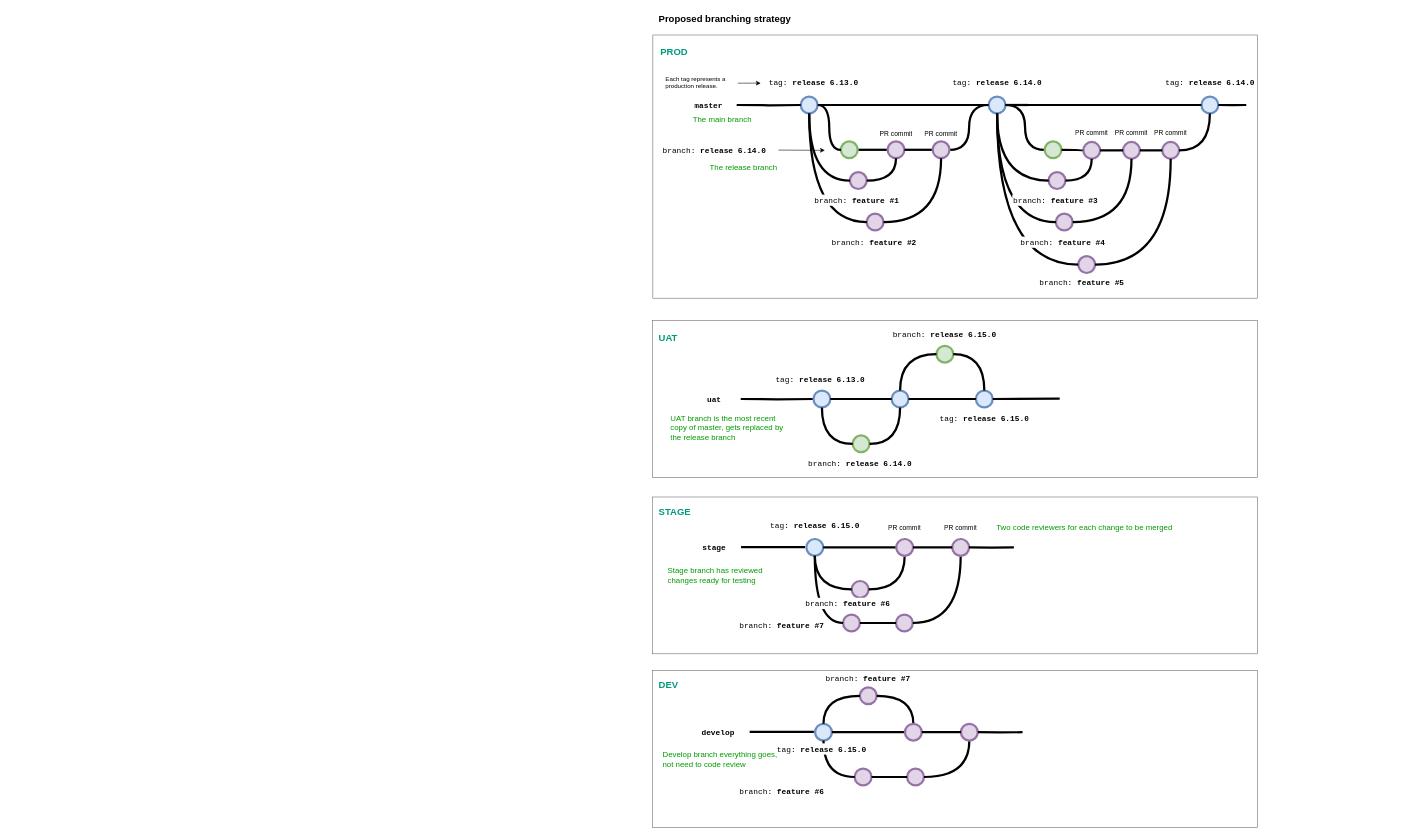
This is Branching Strategy.drawio from nashokin/Branching, a draw.io file, before an edit. Source tidied: cells renumbered, new cells numbered last; positions are measured from the earlier drawing's top-left corner, leaving out a move shared by most shapes. Both pictures are drawn from the tidied source at 56%, with x=0, y=0 at pixel (652, 10).
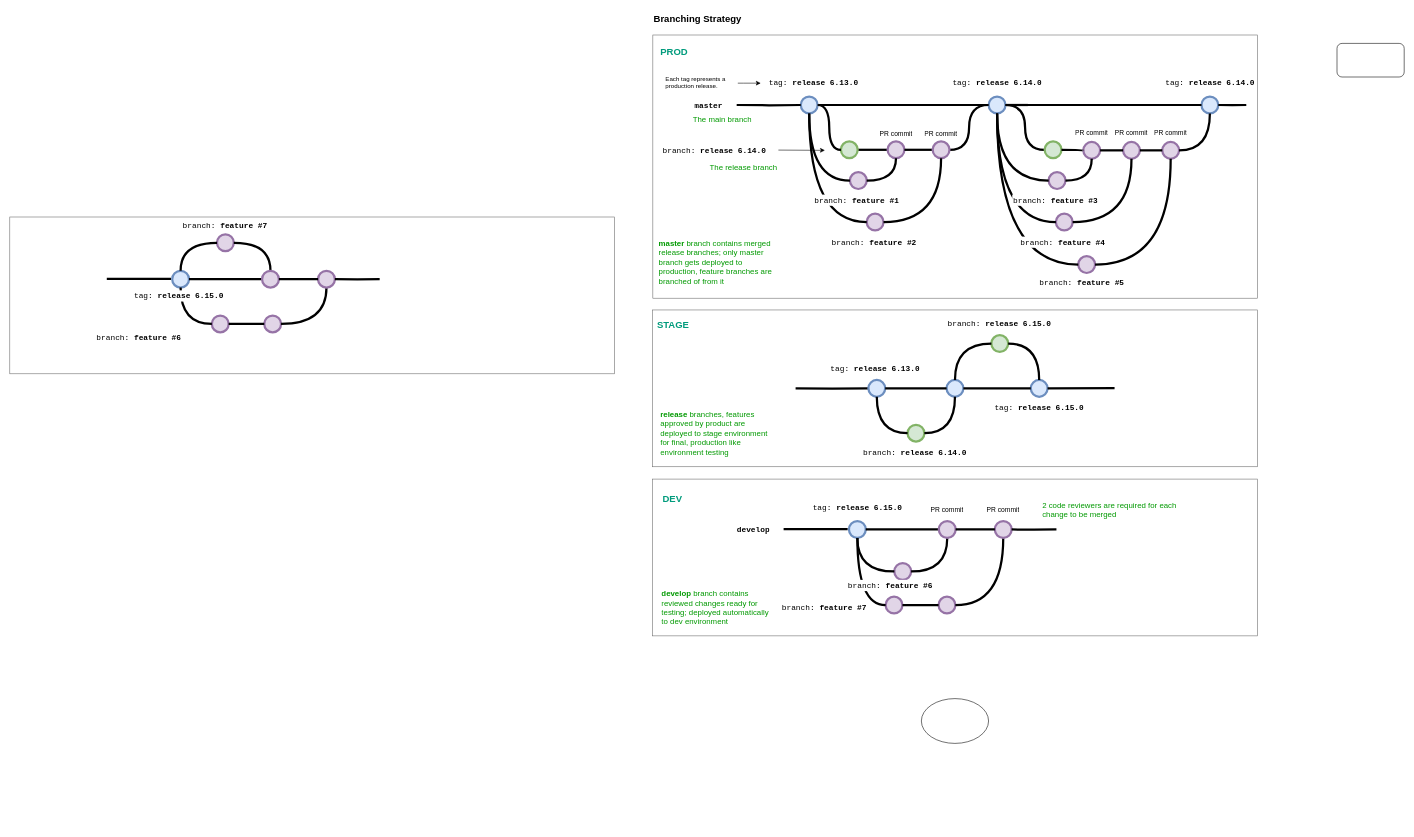
The same page after the edit.

Diff of the diagram source:
```diff
@@
-    <mxCell id="2" style="whiteSpace=wrap;html=1;fillColor=none;strokeColor=#666666;fontColor=#333333;" parent="1" vertex="1">
-      <mxGeometry y="870" width="1080" height="280" as="geometry" />
-    </mxCell>
-    <mxCell id="3" style="whiteSpace=wrap;html=1;fillColor=none;strokeColor=#666666;fontColor=#333333;" parent="1" vertex="1">
-      <mxGeometry y="555" width="1080" height="280" as="geometry" />
-    </mxCell>
+    <mxCell id="132" style="whiteSpace=wrap;html=1;fillColor=none;strokeColor=#666666;fontColor=#333333;" parent="1" vertex="1">
+      <mxGeometry y="536" width="1080" height="280" as="geometry" />
+    </mxCell>
+    <mxCell id="133" style="whiteSpace=wrap;html=1;fillColor=none;strokeColor=#666666;fontColor=#333333;" parent="1" vertex="1">
+      <mxGeometry y="838" width="1080" height="280" as="geometry" />
+    </mxCell>
@@
-    <mxCell id="5" value="Proposed branching strategy" style="text;whiteSpace=wrap;html=1;fontStyle=1;fontSize=17;" parent="1" vertex="1">
-      <mxGeometry x="8.7" width="250" height="30" as="geometry" />
+    <mxCell id="5" value="Branching Strategy" style="text;whiteSpace=wrap;html=1;fontStyle=1;fontSize=17;" parent="1" vertex="1">
+      <mxGeometry width="250" height="30" as="geometry" />
     </mxCell>
@@
     <mxCell id="20" value="tag: &lt;b&gt;release 6.13.0&lt;/b&gt;" style="text;html=1;strokeColor=none;fillColor=none;align=center;verticalAlign=middle;whiteSpace=wrap;overflow=hidden;fontSize=14;fontFamily=Courier New;" parent="1" vertex="1">
-      <mxGeometry x="215.6" y="650" width="166.6" height="20" as="geometry" />
+      <mxGeometry x="313.6" y="631" width="166.6" height="20" as="geometry" />
     </mxCell>
@@
     <mxCell id="24" style="verticalLabelPosition=bottom;verticalAlign=top;html=1;strokeWidth=4;shape=mxgraph.flowchart.on-page_reference;strokeColor=#9673a6;fillColor=#e1d5e7;" parent="1" vertex="1">
-      <mxGeometry x="355.5" y="1020" width="30" height="30" as="geometry" />
+      <mxGeometry x="431.5" y="988" width="30" height="30" as="geometry" />
     </mxCell>
@@
-    <mxCell id="28" value="stage" style="text;html=1;strokeColor=none;fillColor=none;align=center;verticalAlign=middle;whiteSpace=wrap;overflow=hidden;fontSize=14;fontStyle=1;fontFamily=Courier New;" parent="1" vertex="1">
-      <mxGeometry x="80" y="950" width="60" height="20" as="geometry" />
-    </mxCell>
@@
     <mxCell id="31" style="edgeStyle=orthogonalEdgeStyle;rounded=0;html=1;jettySize=auto;orthogonalLoop=1;strokeWidth=4;endArrow=none;endFill=0;" parent="1" edge="1">
-      <mxGeometry x="220.2" y="989.5" as="geometry">
-        <mxPoint x="157.8" y="959.5" as="sourcePoint" />
-        <mxPoint x="272.2" y="959.5" as="targetPoint" />
+      <mxGeometry x="296.2" y="957.5" as="geometry">
+        <mxPoint x="233.8" y="927.5" as="sourcePoint" />
+        <mxPoint x="348.2" y="927.5" as="targetPoint" />
       </mxGeometry>
     </mxCell>
     <mxCell id="32" style="verticalLabelPosition=bottom;verticalAlign=top;html=1;strokeWidth=4;shape=mxgraph.flowchart.on-page_reference;fillColor=#dae8fc;strokeColor=#6c8ebf;" parent="1" vertex="1">
-      <mxGeometry x="274.5" y="945" width="30" height="30" as="geometry" />
+      <mxGeometry x="350.5" y="913" width="30" height="30" as="geometry" />
     </mxCell>
     <mxCell id="33" value="tag: &lt;b&gt;release 6.15.0&lt;/b&gt;" style="text;html=1;strokeColor=none;fillColor=none;align=center;verticalAlign=middle;whiteSpace=wrap;overflow=hidden;fontSize=14;fontFamily=Courier New;" parent="1" vertex="1">
-      <mxGeometry x="203.7" y="910" width="171.6" height="20" as="geometry" />
+      <mxGeometry x="279.7" y="878" width="171.6" height="20" as="geometry" />
     </mxCell>
@@
     <mxCell id="64" style="verticalLabelPosition=bottom;verticalAlign=top;html=1;strokeWidth=4;shape=mxgraph.flowchart.on-page_reference;strokeColor=#9673a6;fillColor=#e1d5e7;" parent="1" vertex="1">
-      <mxGeometry x="434.5" y="1080" width="30" height="30" as="geometry" />
+      <mxGeometry x="510.5" y="1048" width="30" height="30" as="geometry" />
     </mxCell>
     <mxCell id="65" style="verticalLabelPosition=bottom;verticalAlign=top;html=1;strokeWidth=4;shape=mxgraph.flowchart.on-page_reference;strokeColor=#9673a6;fillColor=#e1d5e7;" parent="1" vertex="1">
-      <mxGeometry x="340" y="1080" width="30" height="30" as="geometry" />
+      <mxGeometry x="416" y="1048" width="30" height="30" as="geometry" />
     </mxCell>
     <mxCell id="66" value="&lt;span style=&quot;font-weight: normal;&quot;&gt;branch:&amp;nbsp;&lt;/span&gt;feature #7" style="text;html=1;strokeColor=none;fillColor=none;align=left;verticalAlign=middle;whiteSpace=wrap;overflow=hidden;fontSize=14;fontStyle=1;fontFamily=Courier New;" parent="1" vertex="1">
-      <mxGeometry x="152.6" y="1090" width="161.6" height="20" as="geometry" />
+      <mxGeometry x="228.6" y="1058" width="161.6" height="20" as="geometry" />
     </mxCell>
@@
     <mxCell id="73" style="verticalLabelPosition=bottom;verticalAlign=top;html=1;strokeWidth=4;shape=mxgraph.flowchart.on-page_reference;strokeColor=#9673a6;fillColor=#e1d5e7;" parent="1" vertex="1">
-      <mxGeometry x="535" y="945" width="30" height="30" as="geometry" />
+      <mxGeometry x="611" y="913" width="30" height="30" as="geometry" />
     </mxCell>
     <mxCell id="74" style="verticalLabelPosition=bottom;verticalAlign=top;html=1;strokeWidth=4;shape=mxgraph.flowchart.on-page_reference;strokeColor=#9673a6;fillColor=#e1d5e7;" parent="1" vertex="1">
-      <mxGeometry x="435" y="945" width="30" height="30" as="geometry" />
+      <mxGeometry x="511" y="913" width="30" height="30" as="geometry" />
     </mxCell>
@@
     <mxCell id="76" style="edgeStyle=orthogonalEdgeStyle;curved=1;rounded=0;html=1;endArrow=none;endFill=0;jettySize=auto;strokeWidth=4;fontSize=15;entryX=1;entryY=0.5;entryDx=0;entryDy=0;entryPerimeter=0;" parent="1" edge="1" target="73">
       <mxGeometry relative="1" as="geometry">
-        <mxPoint x="645" y="960" as="sourcePoint" />
+        <mxPoint x="721" y="928" as="sourcePoint" />
       </mxGeometry>
     </mxCell>
     <mxCell id="77" value="PR commit" style="text;html=1;strokeColor=none;fillColor=none;align=center;verticalAlign=middle;whiteSpace=wrap;overflow=hidden;" parent="1" vertex="1">
-      <mxGeometry x="510" y="910" width="80" height="30" as="geometry" />
+      <mxGeometry x="586" y="878" width="80" height="30" as="geometry" />
     </mxCell>
     <mxCell id="78" value="PR commit" style="text;html=1;strokeColor=none;fillColor=none;align=center;verticalAlign=middle;whiteSpace=wrap;overflow=hidden;" parent="1" vertex="1">
-      <mxGeometry x="409.5" y="910" width="80" height="30" as="geometry" />
+      <mxGeometry x="485.5" y="878" width="80" height="30" as="geometry" />
     </mxCell>
@@
-    <mxCell id="80" value="UAT branch is the most recent copy of master, gets replaced by the release branch" style="text;html=1;strokeColor=none;fillColor=none;align=left;verticalAlign=middle;whiteSpace=wrap;overflow=hidden;fontSize=14;fontStyle=0;fontColor=#009900;" parent="1" vertex="1">
-      <mxGeometry x="29.6" y="711" width="222.4" height="69" as="geometry" />
-    </mxCell>
     <mxCell id="81" style="edgeStyle=orthogonalEdgeStyle;rounded=0;html=1;jettySize=auto;strokeWidth=4;endArrow=none;endFill=0;entryX=0;entryY=0.5;entryDx=0;entryDy=0;entryPerimeter=0;" parent="1" edge="1" target="83">
-      <mxGeometry x="214" y="724.5" as="geometry">
-        <mxPoint x="157.2" y="695" as="sourcePoint" />
+      <mxGeometry x="312" y="705.5" as="geometry">
+        <mxPoint x="255.2" y="676" as="sourcePoint" />
       </mxGeometry>
     </mxCell>
-    <mxCell id="82" value="uat" style="text;html=1;strokeColor=none;fillColor=none;align=center;verticalAlign=middle;whiteSpace=wrap;overflow=hidden;fontSize=14;fontStyle=1;fontFamily=Courier New;" parent="1" vertex="1">
-      <mxGeometry x="80" y="685" width="60" height="20" as="geometry" />
-    </mxCell>
     <mxCell id="83" style="verticalLabelPosition=bottom;verticalAlign=top;html=1;strokeWidth=4;shape=mxgraph.flowchart.on-page_reference;fillColor=#dae8fc;strokeColor=#6c8ebf;" parent="1" vertex="1">
-      <mxGeometry x="287.2" y="680" width="30" height="30" as="geometry" />
+      <mxGeometry x="385.2" y="661" width="30" height="30" as="geometry" />
     </mxCell>
     <mxCell id="84" style="verticalLabelPosition=bottom;verticalAlign=top;html=1;strokeWidth=4;shape=mxgraph.flowchart.on-page_reference;fillColor=#dae8fc;strokeColor=#6c8ebf;" parent="1" vertex="1">
-      <mxGeometry x="426.8" y="680" width="30" height="30" as="geometry" />
+      <mxGeometry x="524.8" y="661" width="30" height="30" as="geometry" />
     </mxCell>
     <mxCell id="85" style="verticalLabelPosition=bottom;verticalAlign=top;html=1;strokeWidth=4;shape=mxgraph.flowchart.on-page_reference;fillColor=#dae8fc;strokeColor=#6c8ebf;" parent="1" vertex="1">
-      <mxGeometry x="577.2" y="680" width="30" height="30" as="geometry" />
+      <mxGeometry x="675.2" y="661" width="30" height="30" as="geometry" />
     </mxCell>
     <mxCell id="86" style="verticalLabelPosition=bottom;verticalAlign=top;html=1;strokeWidth=4;shape=mxgraph.flowchart.on-page_reference;strokeColor=#82b366;fillColor=#d5e8d4;" parent="1" vertex="1">
-      <mxGeometry x="357.2" y="760" width="30" height="30" as="geometry" />
+      <mxGeometry x="455.2" y="741" width="30" height="30" as="geometry" />
     </mxCell>
     <mxCell id="87" style="verticalLabelPosition=bottom;verticalAlign=top;html=1;strokeWidth=4;shape=mxgraph.flowchart.on-page_reference;strokeColor=#82b366;fillColor=#d5e8d4;" parent="1" vertex="1">
-      <mxGeometry x="506.8" y="600" width="30" height="30" as="geometry" />
+      <mxGeometry x="604.8" y="581" width="30" height="30" as="geometry" />
     </mxCell>
     <mxCell id="88" style="edgeStyle=orthogonalEdgeStyle;rounded=0;html=1;jettySize=auto;strokeWidth=4;endArrow=none;endFill=0;exitX=1;exitY=0.5;exitDx=0;exitDy=0;exitPerimeter=0;" parent="1" edge="1" source="85">
-      <mxGeometry x="674.8" y="724.5" as="geometry">
-        <mxPoint x="726.8" y="694.5" as="targetPoint" />
+      <mxGeometry x="772.8" y="705.5" as="geometry">
+        <mxPoint x="824.8" y="675.5" as="targetPoint" />
       </mxGeometry>
     </mxCell>
     <mxCell id="89" style="edgeStyle=orthogonalEdgeStyle;rounded=0;html=1;jettySize=auto;strokeWidth=4;endArrow=none;endFill=0;entryX=0;entryY=0.5;entryDx=0;entryDy=0;entryPerimeter=0;exitX=1;exitY=0.5;exitDx=0;exitDy=0;exitPerimeter=0;" parent="1" edge="1" source="84" target="85">
-      <mxGeometry x="506.7" y="764.5" as="geometry" />
+      <mxGeometry x="604.7" y="745.5" as="geometry" />
     </mxCell>
     <mxCell id="90" style="edgeStyle=orthogonalEdgeStyle;rounded=0;html=1;jettySize=auto;strokeWidth=4;endArrow=none;endFill=0;entryX=0;entryY=0.5;entryDx=0;entryDy=0;entryPerimeter=0;exitX=1;exitY=0.5;exitDx=0;exitDy=0;exitPerimeter=0;" parent="1" edge="1" source="83" target="84">
-      <mxGeometry x="374.8" y="724.5" as="geometry" />
+      <mxGeometry x="472.8" y="705.5" as="geometry" />
     </mxCell>
@@
     <mxCell id="93" value="&lt;span style=&quot;font-weight: normal;&quot;&gt;branch:&amp;nbsp;&lt;/span&gt;release 6.15.0" style="text;html=1;strokeColor=none;fillColor=none;align=left;verticalAlign=middle;whiteSpace=wrap;overflow=hidden;fontSize=14;fontStyle=1;fontFamily=Courier New;labelBackgroundColor=default;" parent="1" vertex="1">
-      <mxGeometry x="426.8" y="570" width="193.2" height="20" as="geometry" />
+      <mxGeometry x="524.8" y="551" width="193.2" height="20" as="geometry" />
     </mxCell>
@@
     <mxCell id="96" value="&lt;span style=&quot;font-weight: normal;&quot;&gt;branch:&amp;nbsp;&lt;/span&gt;release 6.14.0" style="text;html=1;strokeColor=none;fillColor=none;align=left;verticalAlign=middle;whiteSpace=wrap;overflow=hidden;fontSize=14;fontStyle=1;fontFamily=Courier New;labelBackgroundColor=default;" parent="1" vertex="1">
-      <mxGeometry x="275.6" y="800" width="193.2" height="20" as="geometry" />
+      <mxGeometry x="373.6" y="781" width="193.2" height="20" as="geometry" />
     </mxCell>
     <mxCell id="97" value="tag: &lt;b&gt;release 6.15.0&lt;/b&gt;" style="text;html=1;strokeColor=none;fillColor=none;align=center;verticalAlign=middle;whiteSpace=wrap;overflow=hidden;fontSize=14;fontFamily=Courier New;" parent="1" vertex="1">
-      <mxGeometry x="508.9" y="720" width="166.6" height="20" as="geometry" />
+      <mxGeometry x="606.9" y="701" width="166.6" height="20" as="geometry" />
     </mxCell>
@@
-    <mxCell id="99" value="UAT" style="text;whiteSpace=wrap;html=1;fontStyle=1;fontSize=17;fontColor=#009b7c;" parent="1" vertex="1">
-      <mxGeometry x="8.7" y="570" width="41.3" height="30" as="geometry" />
-    </mxCell>
     <mxCell id="100" value="STAGE" style="text;whiteSpace=wrap;html=1;fontStyle=1;fontSize=17;fontColor=#009b7c;" parent="1" vertex="1">
-      <mxGeometry x="8.7" y="880" width="71.3" height="30" as="geometry" />
+      <mxGeometry x="5.6" y="546" width="71.3" height="30" as="geometry" />
     </mxCell>
     <mxCell id="101" style="whiteSpace=wrap;html=1;fillColor=none;strokeColor=#666666;fontColor=#333333;" parent="1" vertex="1">
-      <mxGeometry y="1180" width="1080" height="280" as="geometry" />
+      <mxGeometry x="-1148" y="370" width="1080" height="280" as="geometry" />
     </mxCell>
     <mxCell id="102" style="verticalLabelPosition=bottom;verticalAlign=top;html=1;strokeWidth=4;shape=mxgraph.flowchart.on-page_reference;strokeColor=#9673a6;fillColor=#e1d5e7;" parent="1" vertex="1">
-      <mxGeometry x="370" y="1210" width="30" height="30" as="geometry" />
+      <mxGeometry x="-778" y="401" width="30" height="30" as="geometry" />
     </mxCell>
     <mxCell id="103" value="develop" style="text;html=1;strokeColor=none;fillColor=none;align=center;verticalAlign=middle;whiteSpace=wrap;overflow=hidden;fontSize=14;fontStyle=1;fontFamily=Courier New;" parent="1" vertex="1">
-      <mxGeometry x="80" y="1280" width="73.8" height="20" as="geometry" />
+      <mxGeometry x="143.2" y="918" width="73.8" height="20" as="geometry" />
     </mxCell>
     <mxCell id="104" style="edgeStyle=orthogonalEdgeStyle;rounded=0;html=1;jettySize=auto;orthogonalLoop=1;strokeWidth=4;endArrow=none;endFill=0;" parent="1" edge="1">
-      <mxGeometry x="235.8" y="1319.5" as="geometry">
-        <mxPoint x="173.2" y="1289.5" as="sourcePoint" />
-        <mxPoint x="287.8" y="1289.5" as="targetPoint" />
+      <mxGeometry x="-912.2" y="510.5" as="geometry">
+        <mxPoint x="-974.8" y="480.5" as="sourcePoint" />
+        <mxPoint x="-860.2" y="480.5" as="targetPoint" />
       </mxGeometry>
     </mxCell>
     <mxCell id="105" style="verticalLabelPosition=bottom;verticalAlign=top;html=1;strokeWidth=4;shape=mxgraph.flowchart.on-page_reference;fillColor=#dae8fc;strokeColor=#6c8ebf;" parent="1" vertex="1">
-      <mxGeometry x="290" y="1275" width="30" height="30" as="geometry" />
+      <mxGeometry x="-858" y="466" width="30" height="30" as="geometry" />
     </mxCell>
     <mxCell id="106" style="verticalLabelPosition=bottom;verticalAlign=top;html=1;strokeWidth=4;shape=mxgraph.flowchart.on-page_reference;strokeColor=#9673a6;fillColor=#e1d5e7;" parent="1" vertex="1">
-      <mxGeometry x="454.4" y="1355" width="30" height="30" as="geometry" />
+      <mxGeometry x="-693.6" y="546" width="30" height="30" as="geometry" />
     </mxCell>
     <mxCell id="107" style="verticalLabelPosition=bottom;verticalAlign=top;html=1;strokeWidth=4;shape=mxgraph.flowchart.on-page_reference;strokeColor=#9673a6;fillColor=#e1d5e7;" parent="1" vertex="1">
-      <mxGeometry x="360.8" y="1355" width="30" height="30" as="geometry" />
+      <mxGeometry x="-787.2" y="546" width="30" height="30" as="geometry" />
     </mxCell>
     <mxCell id="108" value="&lt;span style=&quot;font-weight: normal;&quot;&gt;branch:&amp;nbsp;&lt;/span&gt;feature #6" style="text;html=1;strokeColor=none;fillColor=none;align=left;verticalAlign=middle;whiteSpace=wrap;overflow=hidden;fontSize=14;fontStyle=1;fontFamily=Courier New;" parent="1" vertex="1">
-      <mxGeometry x="152.6" y="1385" width="167.4" height="20" as="geometry" />
+      <mxGeometry x="-995.4" y="576" width="167.4" height="20" as="geometry" />
     </mxCell>
     <mxCell id="109" value="&lt;span style=&quot;font-weight: normal;&quot;&gt;branch: &lt;/span&gt;feature #7" style="text;html=1;strokeColor=none;fillColor=none;align=left;verticalAlign=middle;whiteSpace=wrap;overflow=hidden;fontSize=14;fontStyle=1;fontFamily=Courier New;" parent="1" vertex="1">
-      <mxGeometry x="307" y="1184" width="168.5" height="20" as="geometry" />
+      <mxGeometry x="-841" y="375" width="168.5" height="20" as="geometry" />
     </mxCell>
@@
     <mxCell id="116" style="verticalLabelPosition=bottom;verticalAlign=top;html=1;strokeWidth=4;shape=mxgraph.flowchart.on-page_reference;strokeColor=#9673a6;fillColor=#e1d5e7;" parent="1" vertex="1">
-      <mxGeometry x="550.5" y="1275" width="30" height="30" as="geometry" />
+      <mxGeometry x="-597.5" y="466" width="30" height="30" as="geometry" />
     </mxCell>
     <mxCell id="117" style="verticalLabelPosition=bottom;verticalAlign=top;html=1;strokeWidth=4;shape=mxgraph.flowchart.on-page_reference;strokeColor=#9673a6;fillColor=#e1d5e7;" parent="1" vertex="1">
-      <mxGeometry x="450.5" y="1275" width="30" height="30" as="geometry" />
+      <mxGeometry x="-697.5" y="466" width="30" height="30" as="geometry" />
     </mxCell>
@@
     <mxCell id="119" style="edgeStyle=orthogonalEdgeStyle;curved=1;rounded=0;html=1;endArrow=none;endFill=0;jettySize=auto;strokeWidth=4;fontSize=15;entryX=1;entryY=0.5;entryDx=0;entryDy=0;entryPerimeter=0;" parent="1" edge="1" target="116">
       <mxGeometry relative="1" as="geometry">
-        <mxPoint x="660.5" y="1290" as="sourcePoint" />
+        <mxPoint x="-487.5" y="481" as="sourcePoint" />
       </mxGeometry>
     </mxCell>
     <mxCell id="120" value="DEV" style="text;whiteSpace=wrap;html=1;fontStyle=1;fontSize=17;fontColor=#009b7c;" parent="1" vertex="1">
-      <mxGeometry x="8.7" y="1190" width="71.3" height="30" as="geometry" />
+      <mxGeometry x="15.5" y="858" width="71.3" height="30" as="geometry" />
     </mxCell>
     <mxCell id="121" value="tag: &lt;b&gt;release 6.15.0&lt;/b&gt;" style="text;html=1;strokeColor=none;fillColor=default;align=center;verticalAlign=middle;whiteSpace=wrap;overflow=hidden;fontSize=14;fontFamily=Courier New;" parent="1" vertex="1">
-      <mxGeometry x="215.6" y="1310" width="171.6" height="20" as="geometry" />
+      <mxGeometry x="-932.4" y="501" width="171.6" height="20" as="geometry" />
     </mxCell>
@@
     <mxCell id="123" value="&lt;span style=&quot;font-weight: normal;&quot;&gt;branch:&amp;nbsp;&lt;/span&gt;feature #6" style="text;html=1;strokeColor=none;fillColor=default;align=left;verticalAlign=middle;whiteSpace=wrap;overflow=hidden;fontSize=14;fontStyle=1;fontFamily=Courier New;" parent="1" vertex="1">
-      <mxGeometry x="271.3" y="1050" width="167.4" height="20" as="geometry" />
+      <mxGeometry x="347.3" y="1018" width="167.4" height="20" as="geometry" />
     </mxCell>
-    <mxCell id="124" value="Stage branch has reviewed changes ready for testing" style="text;html=1;strokeColor=none;fillColor=none;align=left;verticalAlign=middle;whiteSpace=wrap;overflow=hidden;fontSize=14;fontStyle=0;fontColor=#009900;" parent="1" vertex="1">
-      <mxGeometry x="25.2" y="980.5" width="206.8" height="59.5" as="geometry" />
+    <mxCell id="124" value="&lt;b&gt;develop&lt;/b&gt; branch contains reviewed changes ready for testing; deployed automatically to dev environment" style="text;html=1;strokeColor=none;fillColor=none;align=left;verticalAlign=middle;whiteSpace=wrap;overflow=hidden;fontSize=14;fontStyle=0;fontColor=#009900;" parent="1" vertex="1">
+      <mxGeometry x="14" y="1028.5" width="206.8" height="79.5" as="geometry" />
     </mxCell>
-    <mxCell id="125" value="Develop branch everything goes, not need to code review" style="text;html=1;strokeColor=none;fillColor=none;align=left;verticalAlign=middle;whiteSpace=wrap;overflow=hidden;fontSize=14;fontStyle=0;fontColor=#009900;" parent="1" vertex="1">
-      <mxGeometry x="15.5" y="1305" width="206.5" height="65" as="geometry" />
-    </mxCell>
-    <mxCell id="126" value="Two code reviewers for each change to be merged" style="text;html=1;strokeColor=none;fillColor=none;align=left;verticalAlign=middle;whiteSpace=wrap;overflow=hidden;fontSize=14;fontStyle=0;fontColor=#009900;" parent="1" vertex="1">
-      <mxGeometry x="611.5" y="910.5" width="345" height="29.5" as="geometry" />
+    <mxCell id="126" value="2 code reviewers are required for each change to be merged" style="text;html=1;strokeColor=none;fillColor=none;align=left;verticalAlign=middle;whiteSpace=wrap;overflow=hidden;fontSize=14;fontStyle=0;fontColor=#009900;" parent="1" vertex="1">
+      <mxGeometry x="694" y="868.2" width="257" height="49.5" as="geometry" />
     </mxCell>
@@
+    <mxCell id="134" value="&lt;b&gt;release&lt;/b&gt;&amp;nbsp;branches, features approved by product are deployed to stage environment for final, production like environment testing" style="text;html=1;strokeColor=none;fillColor=none;align=left;verticalAlign=middle;whiteSpace=wrap;overflow=hidden;fontSize=14;fontStyle=0;fontColor=#009900;" parent="1" vertex="1">
+      <mxGeometry x="12.4" y="711" width="206.8" height="90" as="geometry" />
+    </mxCell>
+    <mxCell id="135" value="&lt;b&gt;master&lt;/b&gt; branch contains merged release branches; only master branch gets deployed to production, feature branches are branched of from it" style="text;html=1;strokeColor=none;fillColor=none;align=left;verticalAlign=middle;whiteSpace=wrap;overflow=hidden;fontSize=14;fontStyle=0;fontColor=#009900;" parent="1" vertex="1">
+      <mxGeometry x="8.7" y="400.5" width="206.8" height="101" as="geometry" />
+    </mxCell>
+    <mxCell id="136" style="rounded=1;whiteSpace=wrap;html=1;" parent="1" vertex="1">
+      <mxGeometry x="1222" y="60" width="120" height="60" as="geometry" />
+    </mxCell>
+    <mxCell id="137" style="ellipse;whiteSpace=wrap;html=1;" parent="1" vertex="1">
+      <mxGeometry x="479.8" y="1230" width="120" height="80" as="geometry" />
+    </mxCell>
```
